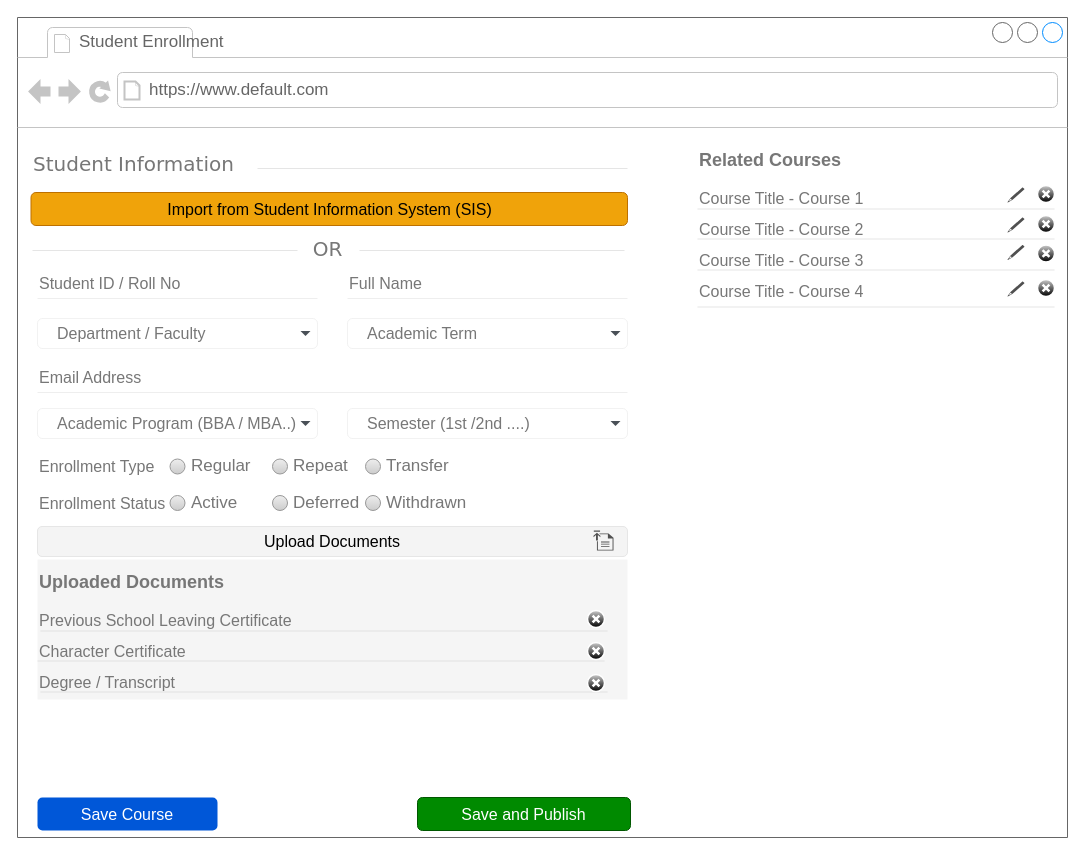
This is page "Student Enrollment" (5 of 5) of 02 - LMS-SysCollege/04 - UI_Designs/WireFrame.drawio from ZohaibWaqarMalik/Technical-Business-Analyst-Projects, a draw.io file, before an edit. Source tidied: cells renumbered, new cells numbered last; positions are measured from the earlier drawing's top-left corner, leaving out a move shared by most shapes. Both pictures are drawn from the tidied source at 100%, with x=0, y=0 at pixel (17, 17).
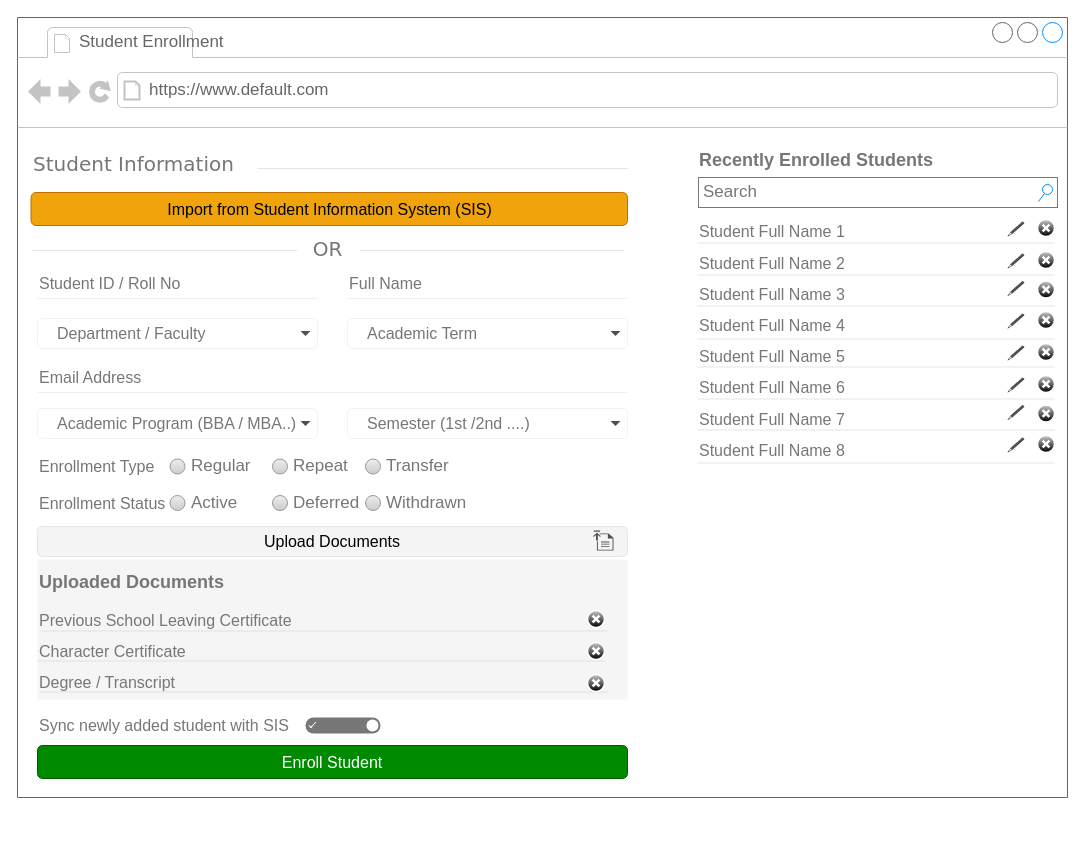
The same page after the edit.

Commit message (it also covers changes not shown here):
Update Wireframe Student Enrollment

Diff of the diagram source:
```diff
@@
     <mxCell id="2" style="strokeWidth=1;shadow=0;dashed=0;align=center;html=1;shape=mxgraph.mockup.containers.browserWindow;rSize=0;strokeColor=#666666;mainText=,;rounded=0;labelBackgroundColor=none;fontFamily=Verdana;fontSize=12;" parent="1" vertex="1">
-      <mxGeometry width="1050" height="820" as="geometry" />
+      <mxGeometry width="1050" height="780" as="geometry" />
     </mxCell>
@@
-    <mxCell id="17" value="&lt;h1 style=&quot;margin-top: 0px;&quot;&gt;&lt;font style=&quot;font-size: 18px;&quot;&gt;Related Courses&lt;/font&gt;&lt;/h1&gt;&lt;p&gt;&lt;font style=&quot;font-size: 16px;&quot;&gt;&lt;span style=&quot;background-color: transparent; color: light-dark(rgb(119, 119, 119), rgb(135, 135, 135));&quot;&gt;Course Title - Course 1&lt;/span&gt;&lt;/font&gt;&lt;/p&gt;&lt;p&gt;&lt;font style=&quot;font-size: 16px;&quot;&gt;&lt;span style=&quot;background-color: transparent; color: light-dark(rgb(119, 119, 119), rgb(135, 135, 135));&quot;&gt;Course Title - Course 2&lt;/span&gt;&lt;/font&gt;&lt;/p&gt;&lt;p&gt;&lt;font style=&quot;font-size: 16px;&quot;&gt;&lt;span style=&quot;background-color: transparent; color: light-dark(rgb(119, 119, 119), rgb(135, 135, 135));&quot;&gt;Course Title - Course 3&lt;/span&gt;&lt;br&gt;&lt;/font&gt;&lt;/p&gt;&lt;p&gt;&lt;font style=&quot;font-size: 16px;&quot;&gt;&lt;span style=&quot;background-color: transparent; color: light-dark(rgb(119, 119, 119), rgb(135, 135, 135));&quot;&gt;Course Title - Course 4&lt;/span&gt;&lt;/font&gt;&lt;/p&gt;&lt;p&gt;&lt;font style=&quot;font-size: 16px;&quot;&gt;&lt;span style=&quot;background-color: transparent; color: light-dark(rgb(119, 119, 119), rgb(135, 135, 135));&quot;&gt;&lt;br&gt;&lt;/span&gt;&lt;/font&gt;&lt;/p&gt;" style="text;html=1;whiteSpace=wrap;overflow=hidden;rounded=0;fontColor=#777777;" parent="2" vertex="1">
-      <mxGeometry x="680" y="120" width="350" height="220" as="geometry" />
+    <mxCell id="17" value="&lt;h1 style=&quot;margin-top: 0px;&quot;&gt;&lt;font style=&quot;font-size: 18px;&quot;&gt;Recently Enrolled Students&lt;/font&gt;&lt;/h1&gt;&lt;div&gt;&lt;font style=&quot;font-size: 18px;&quot;&gt;&lt;br&gt;&lt;/font&gt;&lt;/div&gt;&lt;p&gt;&lt;font style=&quot;font-size: 16px;&quot;&gt;&lt;span style=&quot;background-color: transparent; color: light-dark(rgb(119, 119, 119), rgb(135, 135, 135));&quot;&gt;Student Full Name 1&lt;/span&gt;&lt;/font&gt;&lt;/p&gt;&lt;p&gt;&lt;font style=&quot;font-size: 16px;&quot;&gt;&lt;span style=&quot;background-color: transparent; color: light-dark(rgb(119, 119, 119), rgb(135, 135, 135));&quot;&gt;Student Full Name&lt;/span&gt;&lt;span style=&quot;background-color: transparent; color: light-dark(rgb(119, 119, 119), rgb(135, 135, 135));&quot;&gt;&amp;nbsp;2&lt;/span&gt;&lt;/font&gt;&lt;/p&gt;&lt;p&gt;&lt;font style=&quot;font-size: 16px;&quot;&gt;&lt;span style=&quot;background-color: transparent; color: light-dark(rgb(119, 119, 119), rgb(135, 135, 135));&quot;&gt;Student Full Name&lt;/span&gt;&lt;span style=&quot;background-color: transparent; color: light-dark(rgb(119, 119, 119), rgb(135, 135, 135));&quot;&gt;&amp;nbsp;3&lt;/span&gt;&lt;br&gt;&lt;/font&gt;&lt;/p&gt;&lt;p&gt;&lt;font style=&quot;font-size: 16px;&quot;&gt;&lt;span style=&quot;background-color: transparent; color: light-dark(rgb(119, 119, 119), rgb(135, 135, 135));&quot;&gt;Student Full Name&lt;/span&gt;&lt;span style=&quot;background-color: transparent; color: light-dark(rgb(119, 119, 119), rgb(135, 135, 135));&quot;&gt;&amp;nbsp;4&lt;/span&gt;&lt;/font&gt;&lt;/p&gt;&lt;p&gt;&lt;font style=&quot;font-size: 16px;&quot;&gt;Student Full Name 5&lt;/font&gt;&lt;/p&gt;&lt;p&gt;&lt;font style=&quot;font-size: 16px;&quot;&gt;&lt;span style=&quot;background-color: transparent; color: light-dark(rgb(119, 119, 119), rgb(135, 135, 135));&quot;&gt;Student Full Name&lt;/span&gt;&lt;span style=&quot;background-color: transparent; color: light-dark(rgb(119, 119, 119), rgb(135, 135, 135));&quot;&gt;&amp;nbsp;6&lt;/span&gt;&lt;/font&gt;&lt;/p&gt;&lt;p&gt;&lt;font style=&quot;font-size: 16px;&quot;&gt;&lt;span style=&quot;background-color: transparent; color: light-dark(rgb(119, 119, 119), rgb(135, 135, 135));&quot;&gt;Student Full Name&lt;/span&gt;&lt;span style=&quot;background-color: transparent; color: light-dark(rgb(119, 119, 119), rgb(135, 135, 135));&quot;&gt;&amp;nbsp;7&lt;/span&gt;&lt;br&gt;&lt;/font&gt;&lt;/p&gt;&lt;p&gt;&lt;font style=&quot;font-size: 16px;&quot;&gt;&lt;/font&gt;&lt;/p&gt;&lt;p&gt;&lt;font style=&quot;font-size: 16px;&quot;&gt;&lt;span style=&quot;background-color: transparent; color: light-dark(rgb(119, 119, 119), rgb(135, 135, 135));&quot;&gt;Student Full Name&lt;/span&gt;&lt;span style=&quot;background-color: transparent; color: light-dark(rgb(119, 119, 119), rgb(135, 135, 135));&quot;&gt;&amp;nbsp;8&lt;/span&gt;&lt;/font&gt;&lt;/p&gt;&lt;p&gt;&lt;font style=&quot;font-size: 16px;&quot;&gt;&lt;span style=&quot;background-color: transparent; color: light-dark(rgb(119, 119, 119), rgb(135, 135, 135));&quot;&gt;&lt;br&gt;&lt;/span&gt;&lt;/font&gt;&lt;/p&gt;" style="text;html=1;whiteSpace=wrap;overflow=hidden;rounded=0;fontColor=#777777;" parent="2" vertex="1">
+      <mxGeometry x="680" y="120" width="360" height="650" as="geometry" />
     </mxCell>
     <mxCell id="18" style="sketch=0;shadow=0;dashed=0;html=1;strokeColor=none;fillColor=#505050;labelPosition=center;verticalLabelPosition=bottom;verticalAlign=top;align=center;shape=mxgraph.office.concepts.writing_pencil;" parent="2" vertex="1">
-      <mxGeometry x="990" y="170" width="17" height="15" as="geometry" />
+      <mxGeometry x="990" y="204" width="17" height="15" as="geometry" />
     </mxCell>
     <mxCell id="19" style="sketch=0;shadow=0;dashed=0;html=1;strokeColor=none;fillColor=#505050;labelPosition=center;verticalLabelPosition=bottom;verticalAlign=top;align=center;shape=mxgraph.office.concepts.writing_pencil;" parent="2" vertex="1">
-      <mxGeometry x="990" y="200" width="17" height="15" as="geometry" />
+      <mxGeometry x="990" y="236" width="17" height="15" as="geometry" />
     </mxCell>
     <mxCell id="20" style="sketch=0;shadow=0;dashed=0;html=1;strokeColor=none;fillColor=#505050;labelPosition=center;verticalLabelPosition=bottom;verticalAlign=top;align=center;shape=mxgraph.office.concepts.writing_pencil;" parent="2" vertex="1">
-      <mxGeometry x="990" y="227.5" width="17" height="15" as="geometry" />
+      <mxGeometry x="990" y="263.5" width="17" height="15" as="geometry" />
     </mxCell>
     <mxCell id="21" style="sketch=0;shadow=0;dashed=0;html=1;strokeColor=none;fillColor=#505050;labelPosition=center;verticalLabelPosition=bottom;verticalAlign=top;align=center;shape=mxgraph.office.concepts.writing_pencil;" parent="2" vertex="1">
-      <mxGeometry x="990" y="264" width="17" height="15" as="geometry" />
+      <mxGeometry x="990" y="296" width="17" height="15" as="geometry" />
     </mxCell>
     <mxCell id="22" style="verticalLabelPosition=bottom;verticalAlign=top;html=1;shadow=0;dashed=0;strokeWidth=1;shape=mxgraph.ios.iDeleteApp;fillColor=#cccccc;fillColor2=#000000;strokeColor=#ffffff;sketch=0;" parent="2" vertex="1">
-      <mxGeometry x="1020" y="168" width="17" height="17" as="geometry" />
+      <mxGeometry x="1020" y="202" width="17" height="17" as="geometry" />
     </mxCell>
     <mxCell id="23" style="verticalLabelPosition=bottom;verticalAlign=top;html=1;shadow=0;dashed=0;strokeWidth=1;shape=mxgraph.ios.iDeleteApp;fillColor=#cccccc;fillColor2=#000000;strokeColor=#ffffff;sketch=0;" parent="2" vertex="1">
-      <mxGeometry x="1020" y="198" width="17" height="17" as="geometry" />
+      <mxGeometry x="1020" y="234" width="17" height="17" as="geometry" />
     </mxCell>
     <mxCell id="24" style="verticalLabelPosition=bottom;verticalAlign=top;html=1;shadow=0;dashed=0;strokeWidth=1;shape=mxgraph.ios.iDeleteApp;fillColor=#cccccc;fillColor2=#000000;strokeColor=#ffffff;sketch=0;" parent="2" vertex="1">
-      <mxGeometry x="1020" y="227.5" width="17" height="17" as="geometry" />
+      <mxGeometry x="1020" y="263.5" width="17" height="17" as="geometry" />
     </mxCell>
     <mxCell id="25" style="verticalLabelPosition=bottom;verticalAlign=top;html=1;shadow=0;dashed=0;strokeWidth=1;shape=mxgraph.ios.iDeleteApp;fillColor=#cccccc;fillColor2=#000000;strokeColor=#ffffff;sketch=0;" parent="2" vertex="1">
-      <mxGeometry x="1020" y="262" width="17" height="17" as="geometry" />
+      <mxGeometry x="1020" y="294" width="17" height="17" as="geometry" />
     </mxCell>
     <mxCell id="26" style="dashed=0;shape=line;strokeWidth=1;noLabel=1;strokeColor=#cccccc;opacity=50;fontSize=14;" parent="2" vertex="1">
-      <mxGeometry x="680" y="191" width="357" height="1" as="geometry" />
+      <mxGeometry x="680" y="225" width="357" height="1" as="geometry" />
     </mxCell>
     <mxCell id="27" style="dashed=0;shape=line;strokeWidth=1;noLabel=1;strokeColor=#cccccc;opacity=50;fontSize=14;" parent="2" vertex="1">
-      <mxGeometry x="680" y="221" width="357" height="1" as="geometry" />
+      <mxGeometry x="680" y="257" width="357" height="1" as="geometry" />
     </mxCell>
     <mxCell id="28" style="dashed=0;shape=line;strokeWidth=1;noLabel=1;strokeColor=#cccccc;opacity=50;fontSize=14;" parent="2" vertex="1">
-      <mxGeometry x="680" y="252" width="357" height="1" as="geometry" />
+      <mxGeometry x="680" y="288" width="357" height="1" as="geometry" />
     </mxCell>
     <mxCell id="29" style="dashed=0;shape=line;strokeWidth=1;noLabel=1;strokeColor=#cccccc;opacity=50;fontSize=14;" parent="2" vertex="1">
-      <mxGeometry x="680" y="289" width="357" height="1" as="geometry" />
+      <mxGeometry x="680" y="321" width="357" height="1" as="geometry" />
     </mxCell>
@@
-    <mxCell id="33" value="&lt;font style=&quot;font-size: 16px;&quot;&gt;Save Course&lt;/font&gt;" style="rounded=1;fillColor=#0057D8;strokeColor=none;html=1;whiteSpace=wrap;fontColor=#ffffff;align=center;verticalAlign=middle;fontStyle=0;fontSize=12;sketch=0;" parent="2" vertex="1">
-      <mxGeometry x="20" y="780" width="180" height="33" as="geometry" />
-    </mxCell>
@@
-    <mxCell id="35" value="&lt;font style=&quot;font-size: 16px;&quot;&gt;Save and Publish&lt;/font&gt;" style="rounded=1;fillColor=#008a00;strokeColor=#005700;html=1;whiteSpace=wrap;fontColor=#ffffff;align=center;verticalAlign=middle;fontStyle=0;fontSize=12;sketch=0;" parent="2" vertex="1">
-      <mxGeometry x="400" y="780" width="213" height="33" as="geometry" />
+    <mxCell id="35" value="&lt;font style=&quot;font-size: 16px;&quot;&gt;Enroll Student&lt;/font&gt;" style="rounded=1;fillColor=#008a00;strokeColor=#005700;html=1;whiteSpace=wrap;fontColor=#ffffff;align=center;verticalAlign=middle;fontStyle=0;fontSize=12;sketch=0;" parent="2" vertex="1">
+      <mxGeometry x="20" y="728" width="590" height="33" as="geometry" />
     </mxCell>
@@
+    <mxCell id="57" value="Search" style="strokeWidth=1;shadow=0;align=center;html=1;shape=mxgraph.mockup.forms.searchBox;strokeColor=#777777;mainText=;strokeColor2=#008cff;fontColor=#777777;fontSize=17;align=left;spacingLeft=3;whiteSpace=wrap;" parent="2" vertex="1">
+      <mxGeometry x="681" y="160" width="359" height="30" as="geometry" />
+    </mxCell>
+    <mxCell id="58" style="sketch=0;shadow=0;dashed=0;html=1;strokeColor=none;fillColor=#505050;labelPosition=center;verticalLabelPosition=bottom;verticalAlign=top;align=center;shape=mxgraph.office.concepts.writing_pencil;" parent="2" vertex="1">
+      <mxGeometry x="990" y="328" width="17" height="15" as="geometry" />
+    </mxCell>
+    <mxCell id="59" style="sketch=0;shadow=0;dashed=0;html=1;strokeColor=none;fillColor=#505050;labelPosition=center;verticalLabelPosition=bottom;verticalAlign=top;align=center;shape=mxgraph.office.concepts.writing_pencil;" parent="2" vertex="1">
+      <mxGeometry x="990" y="360" width="17" height="15" as="geometry" />
+    </mxCell>
+    <mxCell id="60" style="sketch=0;shadow=0;dashed=0;html=1;strokeColor=none;fillColor=#505050;labelPosition=center;verticalLabelPosition=bottom;verticalAlign=top;align=center;shape=mxgraph.office.concepts.writing_pencil;" parent="2" vertex="1">
+      <mxGeometry x="990" y="387.5" width="17" height="15" as="geometry" />
+    </mxCell>
+    <mxCell id="61" style="sketch=0;shadow=0;dashed=0;html=1;strokeColor=none;fillColor=#505050;labelPosition=center;verticalLabelPosition=bottom;verticalAlign=top;align=center;shape=mxgraph.office.concepts.writing_pencil;" parent="2" vertex="1">
+      <mxGeometry x="990" y="420" width="17" height="15" as="geometry" />
+    </mxCell>
+    <mxCell id="62" style="verticalLabelPosition=bottom;verticalAlign=top;html=1;shadow=0;dashed=0;strokeWidth=1;shape=mxgraph.ios.iDeleteApp;fillColor=#cccccc;fillColor2=#000000;strokeColor=#ffffff;sketch=0;" parent="2" vertex="1">
+      <mxGeometry x="1020" y="326" width="17" height="17" as="geometry" />
+    </mxCell>
+    <mxCell id="63" style="verticalLabelPosition=bottom;verticalAlign=top;html=1;shadow=0;dashed=0;strokeWidth=1;shape=mxgraph.ios.iDeleteApp;fillColor=#cccccc;fillColor2=#000000;strokeColor=#ffffff;sketch=0;" parent="2" vertex="1">
+      <mxGeometry x="1020" y="358" width="17" height="17" as="geometry" />
+    </mxCell>
+    <mxCell id="64" style="verticalLabelPosition=bottom;verticalAlign=top;html=1;shadow=0;dashed=0;strokeWidth=1;shape=mxgraph.ios.iDeleteApp;fillColor=#cccccc;fillColor2=#000000;strokeColor=#ffffff;sketch=0;" parent="2" vertex="1">
+      <mxGeometry x="1020" y="387.5" width="17" height="17" as="geometry" />
+    </mxCell>
+    <mxCell id="65" style="verticalLabelPosition=bottom;verticalAlign=top;html=1;shadow=0;dashed=0;strokeWidth=1;shape=mxgraph.ios.iDeleteApp;fillColor=#cccccc;fillColor2=#000000;strokeColor=#ffffff;sketch=0;" parent="2" vertex="1">
+      <mxGeometry x="1020" y="418" width="17" height="17" as="geometry" />
+    </mxCell>
+    <mxCell id="66" style="dashed=0;shape=line;strokeWidth=1;noLabel=1;strokeColor=#cccccc;opacity=50;fontSize=14;" parent="2" vertex="1">
+      <mxGeometry x="680" y="349" width="357" height="1" as="geometry" />
+    </mxCell>
+    <mxCell id="67" style="dashed=0;shape=line;strokeWidth=1;noLabel=1;strokeColor=#cccccc;opacity=50;fontSize=14;" parent="2" vertex="1">
+      <mxGeometry x="680" y="381" width="357" height="1" as="geometry" />
+    </mxCell>
+    <mxCell id="68" style="dashed=0;shape=line;strokeWidth=1;noLabel=1;strokeColor=#cccccc;opacity=50;fontSize=14;" parent="2" vertex="1">
+      <mxGeometry x="680" y="412" width="357" height="1" as="geometry" />
+    </mxCell>
+    <mxCell id="69" style="dashed=0;shape=line;strokeWidth=1;noLabel=1;strokeColor=#cccccc;opacity=50;fontSize=14;" parent="2" vertex="1">
+      <mxGeometry x="680" y="445" width="357" height="1" as="geometry" />
+    </mxCell>
+    <mxCell id="70" style="fillColor=#777777;strokeColor=none;rounded=1;arcSize=50;sketch=0;hachureGap=4;fontFamily=Architects Daughter;fontSize=20;" parent="2" vertex="1">
+      <mxGeometry x="288" y="700" width="75" height="16" as="geometry" />
+    </mxCell>
+    <mxCell id="71" style="shape=ellipse;strokeColor=none;fillColor=#ffffff;sketch=0;hachureGap=4;fontFamily=Architects Daughter;fontSize=20;" parent="70" vertex="1">
+      <mxGeometry x="1" y="0.5" width="12" height="12" relative="1" as="geometry">
+        <mxPoint x="-14" y="-6" as="offset" />
+      </mxGeometry>
+    </mxCell>
+    <mxCell id="72" style="html=1;shadow=0;dashed=0;shape=mxgraph.atlassian.check;strokeColor=#ffffff;sketch=1;hachureGap=4;fontFamily=Architects Daughter;fontSize=20;" parent="70" vertex="1">
+      <mxGeometry y="0.5" width="6" height="5" relative="1" as="geometry">
+        <mxPoint x="4" y="-3" as="offset" />
+      </mxGeometry>
+    </mxCell>
+    <mxCell id="73" value="Sync newly added student with SIS" style="text;fontSize=16;verticalAlign=middle;strokeColor=none;fillColor=none;whiteSpace=wrap;html=1;fontColor=#777777;" parent="2" vertex="1">
+      <mxGeometry x="20" y="693" width="260" height="30" as="geometry" />
+    </mxCell>
```
